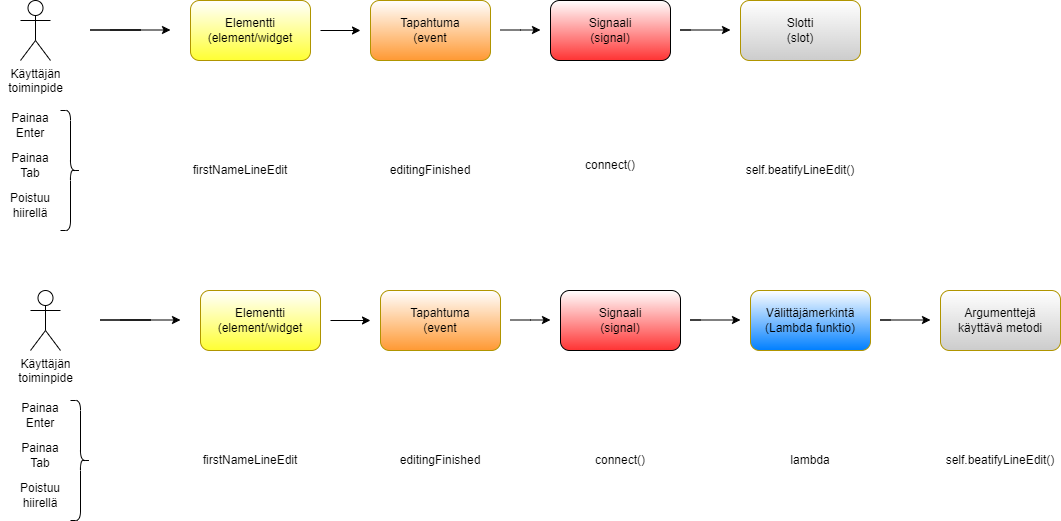
Earlier version of the draw.io export Docs/Pictures/signalSlot.drawio.png (HennaSalla/PythonYmparisto). Source tidied: cells renumbered, new cells last; positions are measured from the earlier drawing's top-left corner, leaving out a move shared by most shapes.
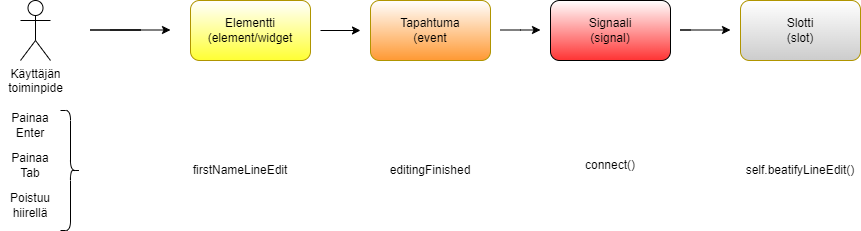
Later version of the same file.

What changed in the source:
```diff
@@ -5,16 +5,16 @@
     <mxCell id="2" value="Käyttäjän&lt;div&gt;toiminpide&lt;/div&gt;" style="shape=umlActor;verticalLabelPosition=bottom;verticalAlign=top;html=1;" parent="1" vertex="1">
       <mxGeometry x="20" width="30" height="60" as="geometry" />
     </mxCell>
-    <mxCell id="3" style="endArrow=classic;html=1;rounded=0;" parent="1" edge="1">
-      <mxGeometry relative="1" as="geometry">
-        <mxPoint x="110" y="29.5" as="sourcePoint" />
-        <mxPoint x="170" y="29.5" as="targetPoint" />
-        <Array as="points">
-          <mxPoint x="140" y="29.5" />
-          <mxPoint x="90" y="29.5" />
-        </Array>
-      </mxGeometry>
-    </mxCell>
+    <mxCell id="39" style="endArrow=classic;html=1;rounded=0;" parent="1" edge="1">
+      <mxGeometry relative="1" as="geometry">
+        <mxPoint x="110" y="29.5" as="sourcePoint" />
+        <mxPoint x="170" y="29.5" as="targetPoint" />
+        <Array as="points">
+          <mxPoint x="140" y="29.5" />
+          <mxPoint x="90" y="29.5" />
+        </Array>
+      </mxGeometry>
+    </mxCell>
     <mxCell id="4" value="Elementti&lt;div&gt;(element/widget&lt;/div&gt;" style="rounded=1;whiteSpace=wrap;html=1;fillColor=#FFFFFF;fontColor=#000000;strokeColor=#B09500;gradientColor=#FFFF33;" parent="1" vertex="1">
       <mxGeometry x="190" width="120" height="60" as="geometry" />
     </mxCell>
@@ -27,35 +27,35 @@
     <mxCell id="7" value="Slotti&lt;div&gt;(slot)&lt;/div&gt;" style="rounded=1;whiteSpace=wrap;html=1;fillColor=#FFFFFF;fontColor=#000000;strokeColor=#B09500;gradientColor=#CCCCCC;" parent="1" vertex="1">
       <mxGeometry x="740" width="120" height="60" as="geometry" />
     </mxCell>
-    <mxCell id="8" style="endArrow=classic;html=1;rounded=0;" parent="1" edge="1">
-      <mxGeometry relative="1" as="geometry">
-        <mxPoint x="320" y="30" as="sourcePoint" />
-        <mxPoint x="360" y="30" as="targetPoint" />
-        <Array as="points">
-          <mxPoint x="360" y="30" />
-        </Array>
-      </mxGeometry>
-    </mxCell>
-    <mxCell id="9" style="endArrow=classic;html=1;rounded=0;" parent="1" edge="1">
-      <mxGeometry relative="1" as="geometry">
-        <mxPoint x="500" y="29.5" as="sourcePoint" />
-        <mxPoint x="540" y="29.5" as="targetPoint" />
-        <Array as="points">
-          <mxPoint x="520" y="29.5" />
-          <mxPoint x="540" y="29.5" />
-        </Array>
-      </mxGeometry>
-    </mxCell>
-    <mxCell id="10" style="endArrow=classic;html=1;rounded=0;" parent="1" edge="1">
-      <mxGeometry relative="1" as="geometry">
-        <mxPoint x="690" y="29.5" as="sourcePoint" />
-        <mxPoint x="730" y="29.5" as="targetPoint" />
-        <Array as="points">
-          <mxPoint x="680" y="29.5" />
-          <mxPoint x="730" y="29.5" />
-        </Array>
-      </mxGeometry>
-    </mxCell>
+    <mxCell id="40" style="endArrow=classic;html=1;rounded=0;" parent="1" edge="1">
+      <mxGeometry relative="1" as="geometry">
+        <mxPoint x="320" y="30" as="sourcePoint" />
+        <mxPoint x="360" y="30" as="targetPoint" />
+        <Array as="points">
+          <mxPoint x="360" y="30" />
+        </Array>
+      </mxGeometry>
+    </mxCell>
+    <mxCell id="41" style="endArrow=classic;html=1;rounded=0;" parent="1" edge="1">
+      <mxGeometry relative="1" as="geometry">
+        <mxPoint x="500" y="29.5" as="sourcePoint" />
+        <mxPoint x="540" y="29.5" as="targetPoint" />
+        <Array as="points">
+          <mxPoint x="520" y="29.5" />
+          <mxPoint x="540" y="29.5" />
+        </Array>
+      </mxGeometry>
+    </mxCell>
+    <mxCell id="42" style="endArrow=classic;html=1;rounded=0;" parent="1" edge="1">
+      <mxGeometry relative="1" as="geometry">
+        <mxPoint x="690" y="29.5" as="sourcePoint" />
+        <mxPoint x="730" y="29.5" as="targetPoint" />
+        <Array as="points">
+          <mxPoint x="680" y="29.5" />
+          <mxPoint x="730" y="29.5" />
+        </Array>
+      </mxGeometry>
+    </mxCell>
     <mxCell id="11" value="Painaa&lt;div&gt;Enter&lt;/div&gt;" style="text;html=1;align=center;verticalAlign=middle;whiteSpace=wrap;rounded=0;" parent="1" vertex="1">
       <mxGeometry y="110" width="60" height="30" as="geometry" />
     </mxCell>
@@ -80,99 +80,5 @@
     <mxCell id="18" style="shape=curlyBracket;whiteSpace=wrap;html=1;rounded=1;flipH=1;labelPosition=right;verticalLabelPosition=middle;align=left;verticalAlign=middle;" parent="1" vertex="1">
       <mxGeometry x="60" y="110" width="20" height="120" as="geometry" />
     </mxCell>
-    <mxCell id="19" value="Käyttäjän&lt;div&gt;toiminpide&lt;/div&gt;" style="shape=umlActor;verticalLabelPosition=bottom;verticalAlign=top;html=1;" parent="1" vertex="1">
-      <mxGeometry x="30" y="290" width="30" height="60" as="geometry" />
-    </mxCell>
-    <mxCell id="20" style="endArrow=classic;html=1;rounded=0;" parent="1" edge="1">
-      <mxGeometry relative="1" as="geometry">
-        <mxPoint x="120" y="319.5" as="sourcePoint" />
-        <mxPoint x="180" y="319.5" as="targetPoint" />
-        <Array as="points">
-          <mxPoint x="150" y="319.5" />
-          <mxPoint x="100" y="319.5" />
-        </Array>
-      </mxGeometry>
-    </mxCell>
-    <mxCell id="21" value="Elementti&lt;div&gt;(element/widget&lt;/div&gt;" style="rounded=1;whiteSpace=wrap;html=1;fillColor=#FFFFFF;fontColor=#000000;strokeColor=#B09500;gradientColor=#FFFF33;" parent="1" vertex="1">
-      <mxGeometry x="200" y="290" width="120" height="60" as="geometry" />
-    </mxCell>
-    <mxCell id="22" value="Tapahtuma&lt;div&gt;(event&lt;/div&gt;" style="rounded=1;whiteSpace=wrap;html=1;fillColor=#FFFFFF;fontColor=#000000;strokeColor=#B09500;gradientColor=#FF9933;" parent="1" vertex="1">
-      <mxGeometry x="380" y="290" width="120" height="60" as="geometry" />
-    </mxCell>
-    <mxCell id="23" value="Signaali&lt;div&gt;(signal)&lt;/div&gt;" style="rounded=1;whiteSpace=wrap;html=1;gradientColor=#FF3333;" parent="1" vertex="1">
-      <mxGeometry x="560" y="290" width="120" height="60" as="geometry" />
-    </mxCell>
-    <mxCell id="24" value="Välittäjämerkintä&lt;div&gt;(Lambda funktio)&lt;/div&gt;" style="rounded=1;whiteSpace=wrap;html=1;fillColor=#FFFFFF;fontColor=#000000;strokeColor=#B09500;gradientColor=#007FFF;" parent="1" vertex="1">
-      <mxGeometry x="750" y="290" width="120" height="60" as="geometry" />
-    </mxCell>
-    <mxCell id="25" style="endArrow=classic;html=1;rounded=0;" parent="1" edge="1">
-      <mxGeometry relative="1" as="geometry">
-        <mxPoint x="330" y="320" as="sourcePoint" />
-        <mxPoint x="370" y="320" as="targetPoint" />
-        <Array as="points">
-          <mxPoint x="370" y="320" />
-        </Array>
-      </mxGeometry>
-    </mxCell>
-    <mxCell id="26" style="endArrow=classic;html=1;rounded=0;" parent="1" edge="1">
-      <mxGeometry relative="1" as="geometry">
-        <mxPoint x="510" y="319.5" as="sourcePoint" />
-        <mxPoint x="550" y="319.5" as="targetPoint" />
-        <Array as="points">
-          <mxPoint x="530" y="319.5" />
-          <mxPoint x="550" y="319.5" />
-        </Array>
-      </mxGeometry>
-    </mxCell>
-    <mxCell id="27" style="endArrow=classic;html=1;rounded=0;" parent="1" edge="1">
-      <mxGeometry relative="1" as="geometry">
-        <mxPoint x="700" y="319.5" as="sourcePoint" />
-        <mxPoint x="740" y="319.5" as="targetPoint" />
-        <Array as="points">
-          <mxPoint x="690" y="319.5" />
-          <mxPoint x="740" y="319.5" />
-        </Array>
-      </mxGeometry>
-    </mxCell>
-    <mxCell id="28" value="Painaa&lt;div&gt;Enter&lt;/div&gt;" style="text;html=1;align=center;verticalAlign=middle;whiteSpace=wrap;rounded=0;" parent="1" vertex="1">
-      <mxGeometry x="10" y="400" width="60" height="30" as="geometry" />
-    </mxCell>
-    <mxCell id="29" value="firstNameLineEdit" style="text;html=1;align=center;verticalAlign=middle;whiteSpace=wrap;rounded=0;" parent="1" vertex="1">
-      <mxGeometry x="220" y="445" width="60" height="30" as="geometry" />
-    </mxCell>
-    <mxCell id="30" value="editingFinished" style="text;html=1;align=center;verticalAlign=middle;whiteSpace=wrap;rounded=0;" parent="1" vertex="1">
-      <mxGeometry x="410" y="445" width="60" height="30" as="geometry" />
-    </mxCell>
-    <mxCell id="31" value="Painaa&lt;div&gt;Tab&lt;/div&gt;" style="text;html=1;align=center;verticalAlign=middle;whiteSpace=wrap;rounded=0;" parent="1" vertex="1">
-      <mxGeometry x="10" y="440" width="60" height="30" as="geometry" />
-    </mxCell>
-    <mxCell id="32" value="Poistuu&lt;div&gt;hiirellä&lt;/div&gt;" style="text;html=1;align=center;verticalAlign=middle;whiteSpace=wrap;rounded=0;" parent="1" vertex="1">
-      <mxGeometry x="10" y="480" width="60" height="30" as="geometry" />
-    </mxCell>
-    <mxCell id="33" value="connect()" style="text;html=1;align=center;verticalAlign=middle;whiteSpace=wrap;rounded=0;" parent="1" vertex="1">
-      <mxGeometry x="590" y="445" width="60" height="30" as="geometry" />
-    </mxCell>
-    <mxCell id="34" value="self.beatifyLineEdit()" style="text;html=1;align=center;verticalAlign=middle;whiteSpace=wrap;rounded=0;" parent="1" vertex="1">
-      <mxGeometry x="970" y="445" width="60" height="30" as="geometry" />
-    </mxCell>
-    <mxCell id="35" style="shape=curlyBracket;whiteSpace=wrap;html=1;rounded=1;flipH=1;labelPosition=right;verticalLabelPosition=middle;align=left;verticalAlign=middle;" parent="1" vertex="1">
-      <mxGeometry x="70" y="400" width="20" height="120" as="geometry" />
-    </mxCell>
-    <mxCell id="36" value="Argumenttejä käyttävä metodi" style="rounded=1;whiteSpace=wrap;html=1;fillColor=#FFFFFF;fontColor=#000000;strokeColor=#B09500;gradientColor=#CCCCCC;" parent="1" vertex="1">
-      <mxGeometry x="940" y="290" width="120" height="60" as="geometry" />
-    </mxCell>
-    <mxCell id="37" style="endArrow=classic;html=1;rounded=0;" parent="1" edge="1">
-      <mxGeometry relative="1" as="geometry">
-        <mxPoint x="890" y="319.5" as="sourcePoint" />
-        <mxPoint x="930" y="319.5" as="targetPoint" />
-        <Array as="points">
-          <mxPoint x="880" y="319.5" />
-          <mxPoint x="930" y="319.5" />
-        </Array>
-      </mxGeometry>
-    </mxCell>
-    <mxCell id="38" value="lambda" style="text;html=1;align=center;verticalAlign=middle;whiteSpace=wrap;rounded=0;" parent="1" vertex="1">
-      <mxGeometry x="780" y="445" width="60" height="30" as="geometry" />
-    </mxCell>
   </root>
 </mxGraphModel>
```
